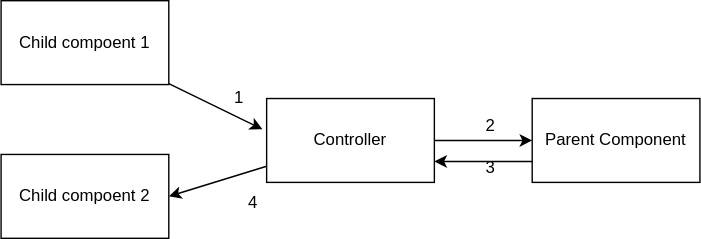
Above: Document/images/Communicate.svg in hazoe-dev/swing (draw.io), before the change. Source tidied: cells renumbered, new cells last; positions are measured from the earlier drawing's top-left corner, leaving out a move shared by most shapes.
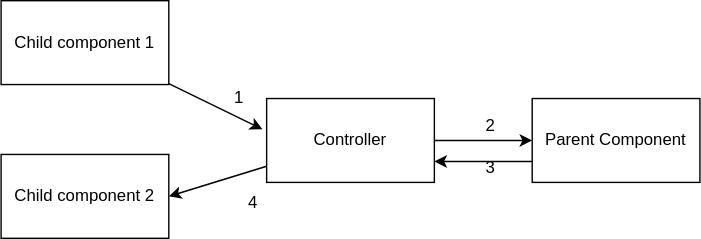
Above is the later version.

Diff of the diagram source:
```diff
@@ -5,10 +5,10 @@
     <mxCell id="2" style="rounded=0;jettySize=auto;html=1;entryX=-0.025;entryY=0.367;entryDx=0;entryDy=0;entryPerimeter=0;" parent="1" edge="1" source="3" target="9">
       <mxGeometry relative="1" as="geometry" />
     </mxCell>
-    <mxCell id="3" value="Child compoent 1" style="rounded=0;whiteSpace=wrap;html=1;" parent="1" vertex="1">
+    <mxCell id="3" value="Child component 1" style="rounded=0;whiteSpace=wrap;html=1;" parent="1" vertex="1">
       <mxGeometry width="120" height="60" as="geometry" />
     </mxCell>
-    <mxCell id="4" value="Child compoent 2" style="rounded=0;whiteSpace=wrap;html=1;" parent="1" vertex="1">
+    <mxCell id="4" value="Child component 2" style="rounded=0;whiteSpace=wrap;html=1;" parent="1" vertex="1">
       <mxGeometry y="110" width="120" height="60" as="geometry" />
     </mxCell>
     <mxCell id="5" style="edgeStyle=none;rounded=0;jettySize=auto;html=1;entryX=1;entryY=0.75;entryDx=0;entryDy=0;exitX=0;exitY=0.75;exitDx=0;exitDy=0;" parent="1" edge="1" source="6" target="9">
```
